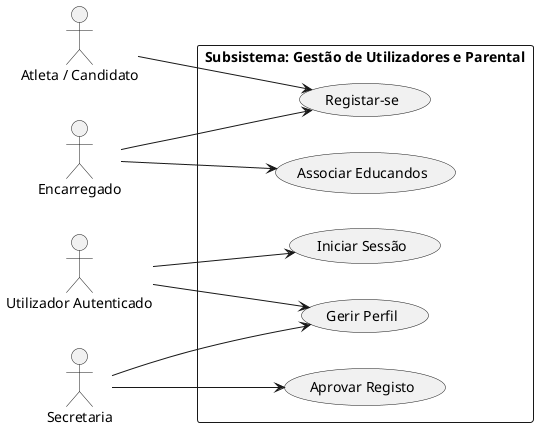
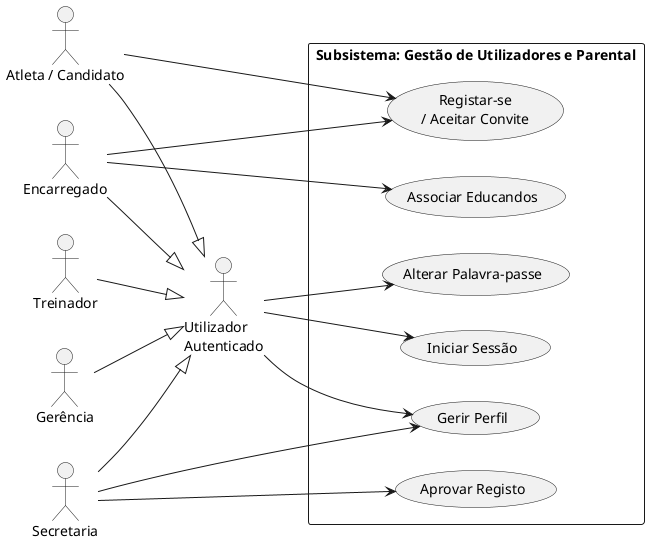
@startuml

left to right direction

+ actor "Utilizador\nAutenticado" as User
actor "Atleta / Candidato" as Athlete
actor "Encarregado" as Parent
- actor "Utilizador Autenticado" as User
+ actor "Treinador" as Coach
actor "Secretaria" as Secretary
+ actor "Gerência" as Management
+ 
+ Athlete --|> User
+ Parent --|> User
+ Coach --|> User
+ Secretary --|> User
+ Management --|> User

rectangle "Subsistema: Gestão de Utilizadores e Parental" {
-     usecase "Registar-se" as UC_Register
+     usecase "Registar-se\n/ Aceitar Convite" as UC_Register
    usecase "Iniciar Sessão" as UC_Login
    usecase "Gerir Perfil" as UC_EditProfile
+     usecase "Alterar Palavra-passe" as UC_ChangePassword
    usecase "Associar Educandos" as UC_LinkParental
    usecase "Aprovar Registo" as UC_ApproveRegistration
}

Athlete --> UC_Register
Parent --> UC_Register

User --> UC_Login
User --> UC_EditProfile
+ User --> UC_ChangePassword

Parent --> UC_LinkParental

Secretary --> UC_ApproveRegistration
Secretary --> UC_EditProfile

@enduml
